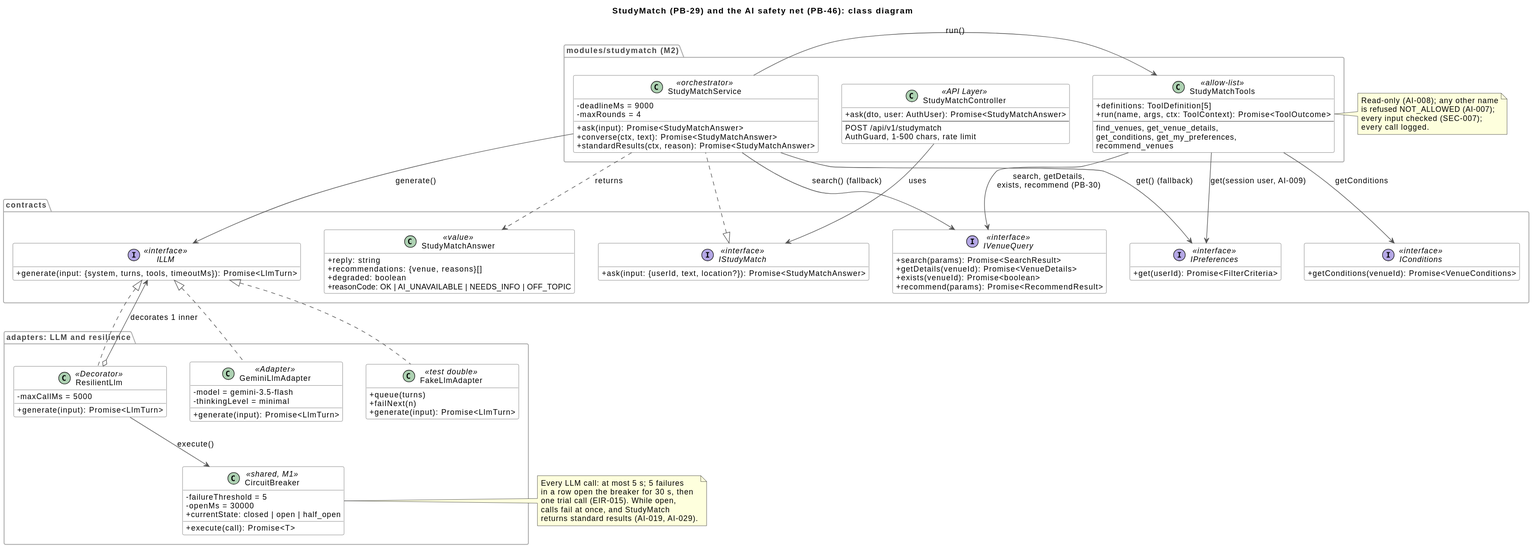
Before: docs/architecture/uml/studymatch-class.svg, a diagram exported from PlantUML (yasmeennasrr/StudySpot). The source it was exported from:
```plantuml
@startuml
skinparam shadowing false
skinparam defaultFontName Helvetica
skinparam defaultFontSize 13
skinparam classAttributeIconSize 0
skinparam class {
  BackgroundColor white
  BorderColor #555555
}
skinparam package {
  BorderColor #AAAAAA
  FontColor #444444
}
skinparam ArrowColor #555555
hide empty members

title StudyMatch (PB-29) and the AI safety net (PB-46): class diagram
top to bottom direction
skinparam nodesep 40
skinparam ranksep 60

package "modules/studymatch (M2)" as SMPKG {
  class StudyMatchController <<API Layer>> {
    +ask(dto, user: AuthUser): Promise<StudyMatchAnswer>
    --
    POST /api/v1/studymatch
    AuthGuard, 1-500 chars, rate limit
  }
  class StudyMatchService <<orchestrator>> {
    -deadlineMs = 9000
    -maxRounds = 4
    +ask(input): Promise<StudyMatchAnswer>
    +converse(ctx, text): Promise<StudyMatchAnswer>
    +standardResults(ctx, reason): Promise<StudyMatchAnswer>
  }
  class StudyMatchTools <<allow-list>> {
    +definitions: ToolDefinition[5]
    +run(name, args, ctx: ToolContext): Promise<ToolOutcome>
    --
    find_venues, get_venue_details,
    get_conditions, get_my_preferences,
    recommend_venues
  }
}

package "contracts" as CPKG {
  interface IStudyMatch <<interface>> {
    +ask(input: {userId, text, location?}): Promise<StudyMatchAnswer>
  }
  interface ILLM <<interface>> {
    +generate(input: {system, turns, tools, timeoutMs}): Promise<LlmTurn>
  }
  interface IVenueQuery <<interface>> {
    +search(params): Promise<SearchResult>
    +getDetails(venueId): Promise<VenueDetails>
    +exists(venueId): Promise<boolean>
    +recommend(params): Promise<RecommendResult>
  }
  interface IConditions <<interface>> {
    +getConditions(venueId): Promise<VenueConditions>
  }
  interface IPreferences <<interface>> {
    +get(userId): Promise<FilterCriteria>
  }
  class StudyMatchAnswer <<value>> {
    +reply: string
    +recommendations: {venue, reasons}[]
    +degraded: boolean
    +reasonCode: OK | AI_UNAVAILABLE | NEEDS_INFO | OFF_TOPIC
  }
}

package "adapters: LLM and resilience" as APKG {
  class ResilientLlm <<Decorator>> {
    -maxCallMs = 5000
    +generate(input): Promise<LlmTurn>
  }
  class CircuitBreaker <<shared, M1>> {
    -failureThreshold = 5
    -openMs = 30000
    +currentState: closed | open | half_open
    +execute(call): Promise<T>
  }
  class GeminiLlmAdapter <<Adapter>> {
    -model = gemini-3.5-flash
    -thinkingLevel = minimal
    +generate(input): Promise<LlmTurn>
  }
  class FakeLlmAdapter <<test double>> {
    +queue(turns)
    +failNext(n)
    +generate(input): Promise<LlmTurn>
  }
}

StudyMatchController -down-> IStudyMatch : uses
IStudyMatch <|.down. StudyMatchService
StudyMatchService -right-> StudyMatchTools : run()
StudyMatchService -down-> ILLM : generate()
StudyMatchService ..> StudyMatchAnswer : returns
StudyMatchService -down-> IPreferences : get() (fallback)
StudyMatchService -down-> IVenueQuery : search() (fallback)
StudyMatchTools -down-> IVenueQuery : search, getDetails,\nexists, recommend (PB-30)
StudyMatchTools -down-> IConditions : getConditions
StudyMatchTools -down-> IPreferences : get(session user, AI-009)

ILLM <|.down. ResilientLlm
ILLM <|.down. GeminiLlmAdapter
ILLM <|.down. FakeLlmAdapter
ResilientLlm o-up-> ILLM : decorates 1 inner
ResilientLlm -down-> CircuitBreaker : execute()

note right of CircuitBreaker
  Every LLM call: at most 5 s; 5 failures
  in a row open the breaker for 30 s, then
  one trial call (EIR-015). While open,
  calls fail at once, and StudyMatch
  returns standard results (AI-019, AI-029).
end note

note right of StudyMatchTools
  Read-only (AI-008); any other name
  is refused NOT_ALLOWED (AI-007);
  every input checked (SEC-007);
  every call logged.
end note
@enduml
```
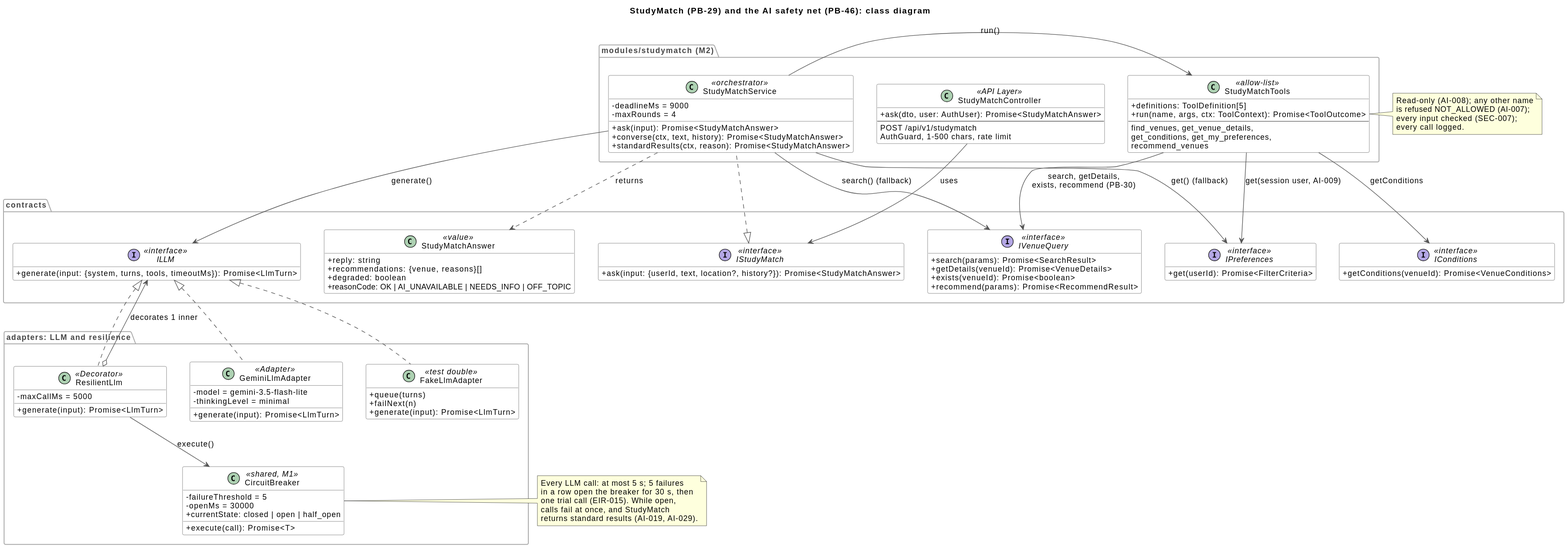
The same file after the commit.

Diff of the diagram source:
```diff
@@ -30,7 +30,7 @@
     -deadlineMs = 9000
     -maxRounds = 4
     +ask(input): Promise<StudyMatchAnswer>
-    +converse(ctx, text): Promise<StudyMatchAnswer>
+    +converse(ctx, text, history): Promise<StudyMatchAnswer>
     +standardResults(ctx, reason): Promise<StudyMatchAnswer>
   }
   class StudyMatchTools <<allow-list>> {
@@ -45,7 +45,7 @@
 
 package "contracts" as CPKG {
   interface IStudyMatch <<interface>> {
-    +ask(input: {userId, text, location?}): Promise<StudyMatchAnswer>
+    +ask(input: {userId, text, location?, history?}): Promise<StudyMatchAnswer>
   }
   interface ILLM <<interface>> {
     +generate(input: {system, turns, tools, timeoutMs}): Promise<LlmTurn>
@@ -82,7 +82,7 @@
     +execute(call): Promise<T>
   }
   class GeminiLlmAdapter <<Adapter>> {
-    -model = gemini-3.5-flash
+    -model = gemini-3.5-flash-lite
     -thinkingLevel = minimal
     +generate(input): Promise<LlmTurn>
   }
```
